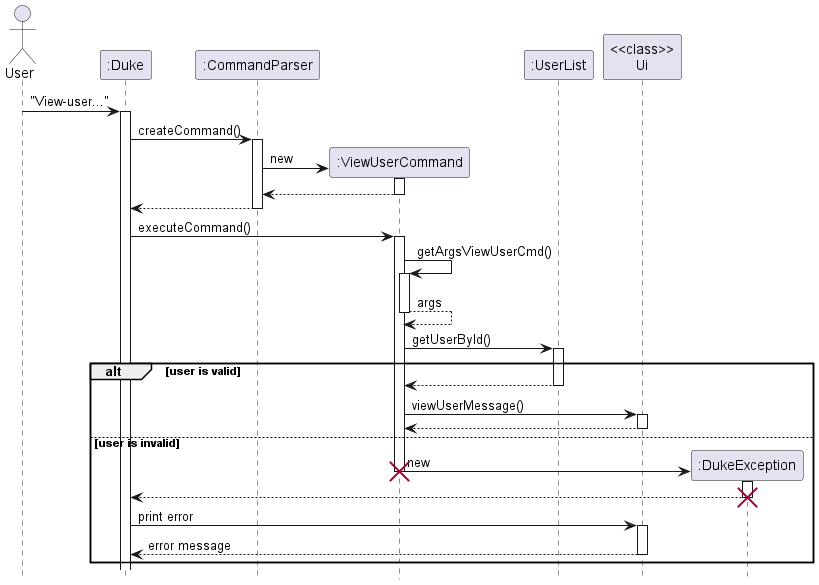
The PlantUML diagram docs/images/ViewUserSequence.png in nus-cs2113-AY2223S1/tp, before a commit. Its diagram source:
```plantuml
@startuml
hide footbox

Actor User
"User" -> ":Duke": "View-user..."
activate ":Duke"
":Duke" -> ":CommandParser": createCommand()
activate ":CommandParser"
":CommandParser" -> ":ViewUserCommand"**: new
activate ":ViewUserCommand"
return
":CommandParser" --> ":Duke"
deactivate

":Duke" -> ":ViewUserCommand" : executeCommand()
activate ":ViewUserCommand"
":ViewUserCommand" -> ":ViewUserCommand": getArgsViewUserCmd()
activate ":ViewUserCommand"
return args
    ":ViewUserCommand" -> ":UserList": getUserById()
    activate ":UserList"
alt user is valid
    ":UserList" --> ":ViewUserCommand":
    deactivate ":UserList"

    ":ViewUserCommand" -> "<<class>>\nUi": viewUserMessage()
    activate "<<class>>\nUi"
    return
    deactivate "<<class>>\nUi"
    deactivate ":UserList"
else user is invalid
    ":ViewUserCommand" -> ":DukeException"** : new
    destroy ":ViewUserCommand"
    activate ":DukeException"
    ":DukeException" --> ":Duke"
    destroy ":DukeException"
    ":Duke" -> "<<class>>\nUi" : print error
    activate "<<class>>\nUi"
    "<<class>>\nUi" --> ":Duke" : error message
    deactivate "<<class>>\nUi"
end
deactivate ":ViewUserCommand"

@enduml
```
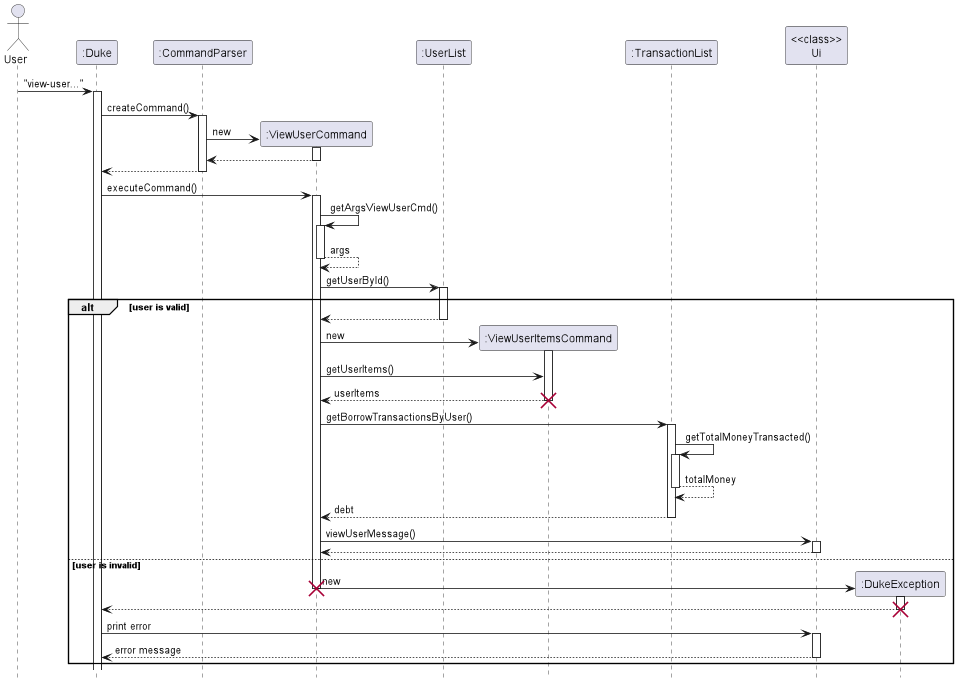
Later version of the same file.

Commit message:
updated DG and UG for view-user and view-user-items command

Diff of the diagram source:
```diff
@@ -2,7 +2,7 @@
 hide footbox
 
 Actor User
-"User" -> ":Duke": "View-user..."
+"User" -> ":Duke": "view-user..."
 activate ":Duke"
 ":Duke" -> ":CommandParser": createCommand()
 activate ":CommandParser"
@@ -22,7 +22,17 @@
 alt user is valid
     ":UserList" --> ":ViewUserCommand":
     deactivate ":UserList"
-
+    ":ViewUserCommand" -> ":ViewUserItemsCommand"**:new
+    activate ":ViewUserItemsCommand"
+    ":ViewUserCommand" -> ":ViewUserItemsCommand":getUserItems()
+    return userItems
+    destroy ":ViewUserItemsCommand"
+    ":ViewUserCommand" -> ":TransactionList": getBorrowTransactionsByUser()
+    activate ":TransactionList"
+    ":TransactionList" -> ":TransactionList": getTotalMoneyTransacted()
+    activate ":TransactionList"
+    return totalMoney
+    return debt
     ":ViewUserCommand" -> "<<class>>\nUi": viewUserMessage()
     activate "<<class>>\nUi"
     return
```
